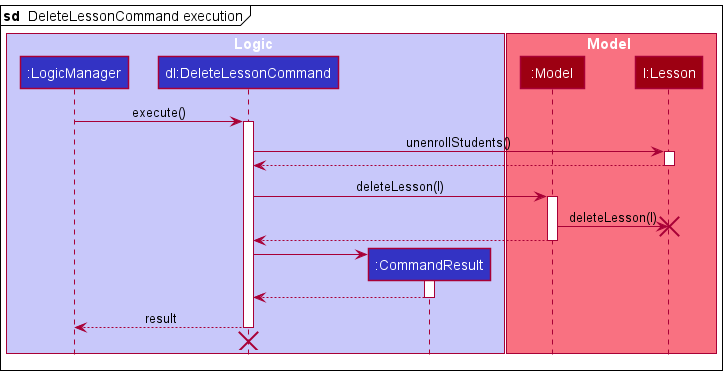
nus-cs2103-AY2122S1/tp keeps this PlantUML diagram as docs/images/DeveloperGuideImage/DeleteLessonSequenceDiagram1.png. Above is the earlier version.
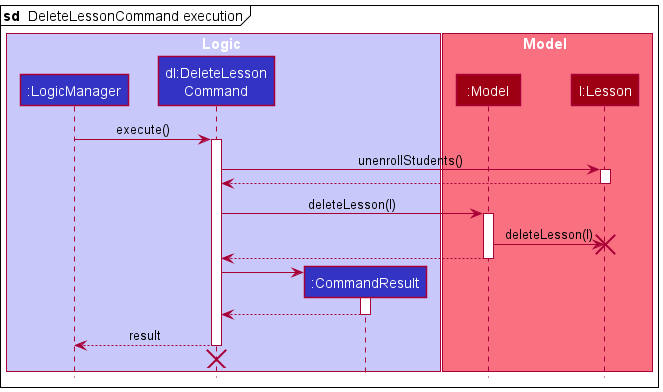
After the commit.

What changed in the source:
```diff
@@ -3,7 +3,7 @@
 
 box Logic LOGIC_COLOR_T1
 participant ":LogicManager" as LogicManager LOGIC_COLOR
-participant "dl:DeleteLessonCommand" as DeleteLessonCommand LOGIC_COLOR
+participant "dl:DeleteLesson\nCommand" as DeleteLessonCommand LOGIC_COLOR
 participant ":CommandResult" as CommandResult LOGIC_COLOR
 end box
 
```
